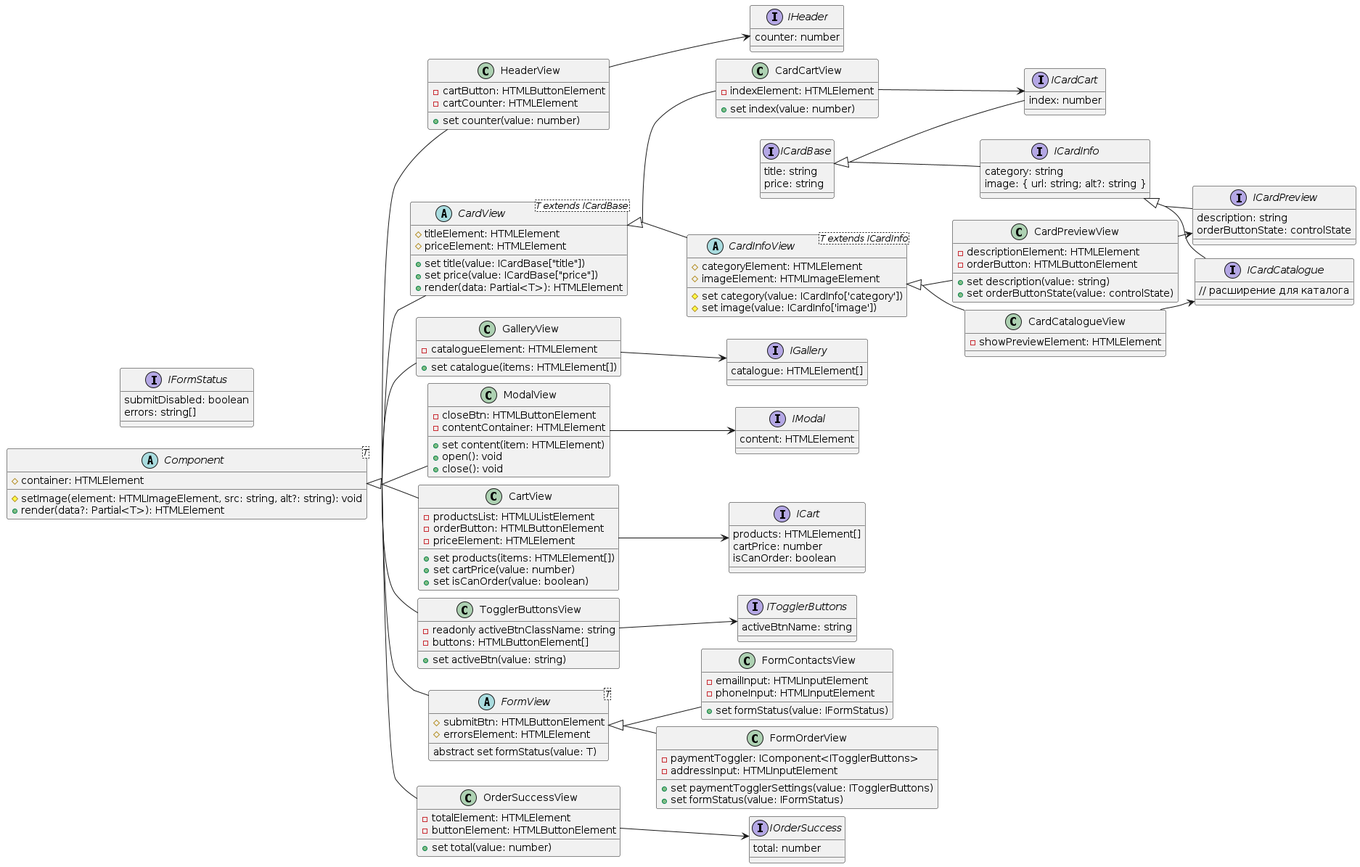
Before: ViewClassesDiagram.png, a diagram exported from PlantUML (Mishbazian/weblarek). Its diagram source:
```plantuml
@startuml Classes diagram

left to right direction
skinparam groupInheritance 2
skinparam nodesep 10
skinparam ranksep 20


abstract class Component<T> {
  # container: HTMLElement
  # setImage(element: HTMLImageElement, src: string, alt?: string): void
  + render(data?: Partial<T>): HTMLElement
}

interface IHeader {
  counter: number
}

class HeaderView extends Component {
  -cartButton: HTMLButtonElement
  -cartCounter: HTMLElement
  + set counter(value: number)
}

HeaderView --> IHeader

interface ICardBase {
  title: string
  price: string
}

abstract class CardView<T extends ICardBase> extends Component {
  #titleElement: HTMLElement
  #priceElement: HTMLElement

  + set title(value: ICardBase["title"])
  + set price(value: ICardBase["price"])
  + render(data: Partial<T>): HTMLElement
}


interface ICardInfo extends ICardBase {
  category: string
  image: { url: string; alt?: string }
}

interface ICardCatalogue extends ICardInfo {
  // расширение для каталога
}


abstract class CardInfoView<T extends ICardInfo> extends CardView {
  #categoryElement: HTMLElement
  #imageElement: HTMLImageElement

  # set category(value: ICardInfo['category'])
  # set image(value: ICardInfo['image'])
}

class CardCatalogueView extends CardInfoView {
  -showPreviewElement: HTMLElement
}



interface ICardPreview extends ICardInfo {
  description: string
  orderButtonState: controlState
}

class CardPreviewView extends CardInfoView {
  -descriptionElement: HTMLElement
  -orderButton: HTMLButtonElement

  + set description(value: string)
  + set orderButtonState(value: controlState)
}

CardPreviewView --> ICardPreview

interface ICardCart extends ICardBase {
  index: number
}

class CardCartView extends CardView {
  -indexElement: HTMLElement
  + set index(value: number)
}

CardCatalogueView --> ICardCatalogue
CardCartView --> ICardCart

interface IGallery {
  catalogue: HTMLElement[]
}

class GalleryView extends Component {
  -catalogueElement: HTMLElement
  + set catalogue(items: HTMLElement[])
}

GalleryView --> IGallery

interface IModal {
  content: HTMLElement
}

class ModalView extends Component {
  -closeBtn: HTMLButtonElement
  -contentContainer: HTMLElement
  + set content(item: HTMLElement)
  + open(): void
  + close(): void
}

ModalView --> IModal

interface ICart {
  products: HTMLElement[]
  cartPrice: number
  isCanOrder: boolean
}

class CartView extends Component {
  -productsList: HTMLUListElement
  -orderButton: HTMLButtonElement
  -priceElement: HTMLElement
  + set products(items: HTMLElement[])
  + set cartPrice(value: number)
  + set isCanOrder(value: boolean)
}

CartView --> ICart

interface ITogglerButtons {
  activeBtnName: string
}

class TogglerButtonsView extends Component {
  -readonly activeBtnClassName: string
  -buttons: HTMLButtonElement[]
  + set activeBtn(value: string)
}

TogglerButtonsView --> ITogglerButtons

interface IFormStatus {
  submitDisabled: boolean
  errors: string[]
}

abstract class FormView<T> extends Component {
  #submitBtn: HTMLButtonElement
  #errorsElement: HTMLElement
  abstract set formStatus(value: T)
}

class FormOrderView extends FormView {
  -paymentToggler: IComponent<ITogglerButtons>
  -addressInput: HTMLInputElement
  + set paymentTogglerSettings(value: ITogglerButtons)
  + set formStatus(value: IFormStatus)
}

class FormContactsView extends FormView {
  -emailInput: HTMLInputElement
  -phoneInput: HTMLInputElement
  + set formStatus(value: IFormStatus)
}

interface IOrderSuccess {
  total: number
}

class OrderSuccessView extends Component {
  -totalElement: HTMLElement
  -buttonElement: HTMLButtonElement
  + set total(value: number)
}

OrderSuccessView --> IOrderSuccess

@enduml
```
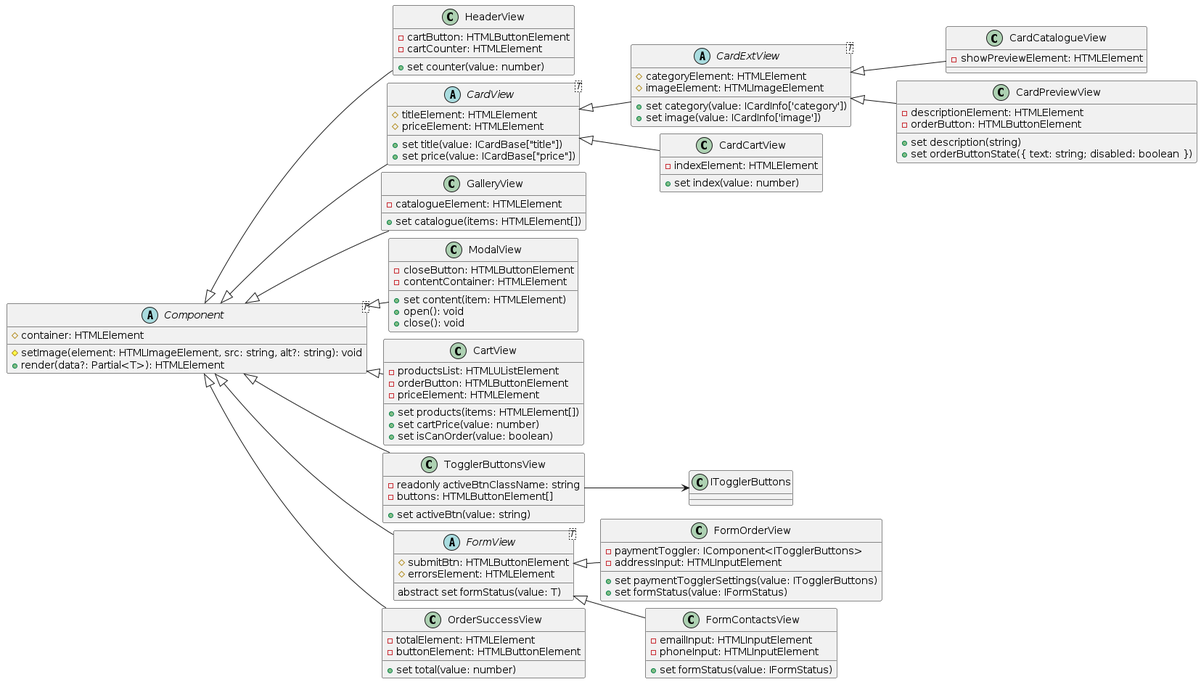
Later version of the same file.

The edit, as a diff of the source:
```diff
@@ -1,7 +1,6 @@
-@startuml Classes diagram
+@startuml ViewClassesDiagram
 
 left to right direction
-skinparam groupInheritance 2
 skinparam nodesep 10
 skinparam ranksep 20
 
@@ -12,114 +11,70 @@
   + render(data?: Partial<T>): HTMLElement
 }
 
-interface IHeader {
-  counter: number
-}
-
 class HeaderView extends Component {
   -cartButton: HTMLButtonElement
   -cartCounter: HTMLElement
   + set counter(value: number)
 }
 
-HeaderView --> IHeader
 
-interface ICardBase {
-  title: string
-  price: string
-}
 
-abstract class CardView<T extends ICardBase> extends Component {
+abstract class CardView<T> extends Component {
   #titleElement: HTMLElement
   #priceElement: HTMLElement
 
   + set title(value: ICardBase["title"])
   + set price(value: ICardBase["price"])
-  + render(data: Partial<T>): HTMLElement
 }
 
 
-interface ICardInfo extends ICardBase {
-  category: string
-  image: { url: string; alt?: string }
-}
-
-interface ICardCatalogue extends ICardInfo {
-  // расширение для каталога
-}
-
-
-abstract class CardInfoView<T extends ICardInfo> extends CardView {
+abstract class CardExtView<T> extends CardView {
   #categoryElement: HTMLElement
   #imageElement: HTMLImageElement
 
-  # set category(value: ICardInfo['category'])
-  # set image(value: ICardInfo['image'])
+  + set category(value: ICardInfo['category'])
+  + set image(value: ICardInfo['image'])
 }
 
-class CardCatalogueView extends CardInfoView {
+class CardCatalogueView extends CardExtView {
   -showPreviewElement: HTMLElement
 }
 
 
 
-interface ICardPreview extends ICardInfo {
-  description: string
-  orderButtonState: controlState
-}
-
-class CardPreviewView extends CardInfoView {
+class CardPreviewView extends CardExtView {
   -descriptionElement: HTMLElement
   -orderButton: HTMLButtonElement
 
-  + set description(value: string)
-  + set orderButtonState(value: controlState)
+  + set description(string)
+  + set orderButtonState({ text: string; disabled: boolean })
 }
 
-CardPreviewView --> ICardPreview
-
-interface ICardCart extends ICardBase {
-  index: number
-}
 
 class CardCartView extends CardView {
   -indexElement: HTMLElement
   + set index(value: number)
 }
 
-CardCatalogueView --> ICardCatalogue
-CardCartView --> ICardCart
-
-interface IGallery {
-  catalogue: HTMLElement[]
-}
 
 class GalleryView extends Component {
   -catalogueElement: HTMLElement
   + set catalogue(items: HTMLElement[])
 }
 
-GalleryView --> IGallery
 
-interface IModal {
-  content: HTMLElement
-}
+
 
 class ModalView extends Component {
-  -closeBtn: HTMLButtonElement
+  -closeButton: HTMLButtonElement
   -contentContainer: HTMLElement
   + set content(item: HTMLElement)
   + open(): void
   + close(): void
 }
 
-ModalView --> IModal
 
-interface ICart {
-  products: HTMLElement[]
-  cartPrice: number
-  isCanOrder: boolean
-}
+
 
 class CartView extends Component {
   -productsList: HTMLUListElement
@@ -130,11 +85,6 @@
   + set isCanOrder(value: boolean)
 }
 
-CartView --> ICart
-
-interface ITogglerButtons {
-  activeBtnName: string
-}
 
 class TogglerButtonsView extends Component {
   -readonly activeBtnClassName: string
@@ -144,10 +94,6 @@
 
 TogglerButtonsView --> ITogglerButtons
 
-interface IFormStatus {
-  submitDisabled: boolean
-  errors: string[]
-}
 
 abstract class FormView<T> extends Component {
   #submitBtn: HTMLButtonElement
@@ -168,9 +114,6 @@
   + set formStatus(value: IFormStatus)
 }
 
-interface IOrderSuccess {
-  total: number
-}
 
 class OrderSuccessView extends Component {
   -totalElement: HTMLElement
@@ -178,6 +121,6 @@
   + set total(value: number)
 }
 
-OrderSuccessView --> IOrderSuccess
+
 
 @enduml
```
